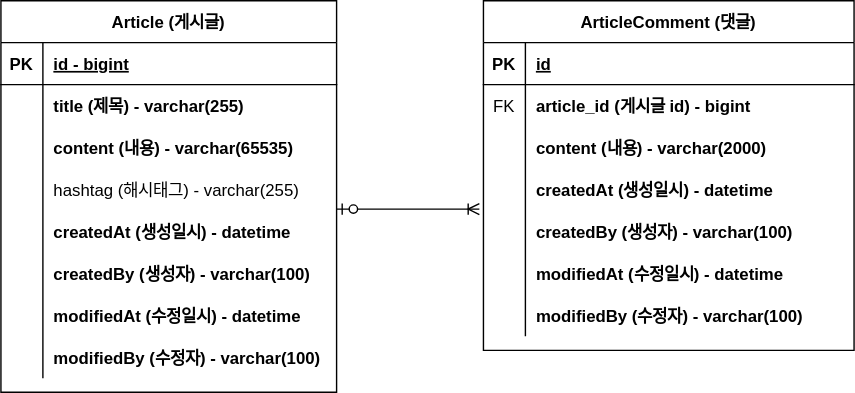
Above: fastcampus-project-board/document/project-board-erd.svg in jihye0418/STUDY-SPRING (draw.io), before the change. Source tidied: cells renumbered, new cells last; positions are measured from the earlier drawing's top-left corner, leaving out a move shared by most shapes.
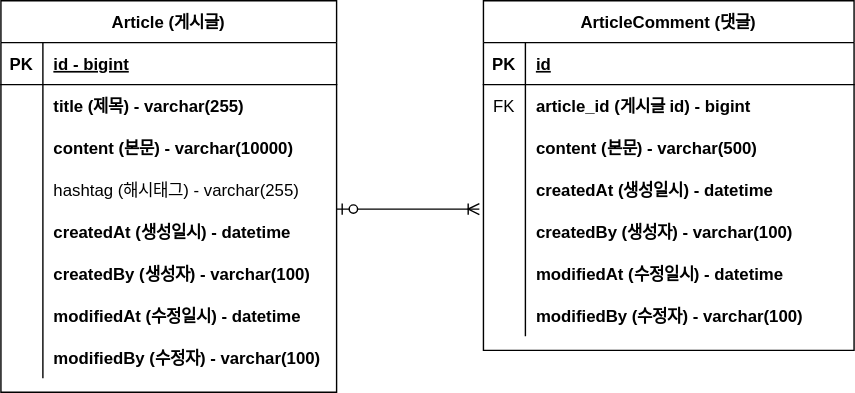
The same file after the commit.

Commit message:
#13 - ERD 업데이트: content 사이즈 변경

Change to the diagram source:
```diff
@@ -29,7 +29,7 @@
     <mxCell id="10" style="shape=partialRectangle;overflow=hidden;fillColor=none;top=0;left=0;bottom=0;right=0;" parent="9" vertex="1">
       <mxGeometry width="30" height="30" as="geometry" />
     </mxCell>
-    <mxCell id="11" value="content (내용) - varchar(2000)" style="shape=partialRectangle;overflow=hidden;fillColor=none;top=0;left=0;bottom=0;right=0;align=left;spacingLeft=6;fontStyle=1;" parent="9" vertex="1">
+    <mxCell id="11" value="content (본문) - varchar(500)" style="shape=partialRectangle;overflow=hidden;fillColor=none;top=0;left=0;bottom=0;right=0;align=left;spacingLeft=6;fontStyle=1;" parent="9" vertex="1">
       <mxGeometry x="30" width="235" height="30" as="geometry" />
     </mxCell>
     <mxCell id="12" style="shape=partialRectangle;fillColor=none;top=0;left=0;right=0;bottom=0;" parent="2" vertex="1">
@@ -95,7 +95,7 @@
     <mxCell id="32" style="shape=partialRectangle;overflow=hidden;fillColor=none;top=0;left=0;bottom=0;right=0;" parent="31" vertex="1">
       <mxGeometry width="30" height="30" as="geometry" />
     </mxCell>
-    <mxCell id="33" value="content (내용) - varchar(65535)" style="shape=partialRectangle;overflow=hidden;fillColor=none;top=0;left=0;bottom=0;right=0;align=left;spacingLeft=6;fontStyle=1;" parent="31" vertex="1">
+    <mxCell id="33" value="content (본문) - varchar(10000)" style="shape=partialRectangle;overflow=hidden;fillColor=none;top=0;left=0;bottom=0;right=0;align=left;spacingLeft=6;fontStyle=1;" parent="31" vertex="1">
       <mxGeometry x="30" width="210" height="30" as="geometry" />
     </mxCell>
     <mxCell id="34" style="shape=partialRectangle;fillColor=none;top=0;left=0;right=0;bottom=0;" parent="24" vertex="1">
```
